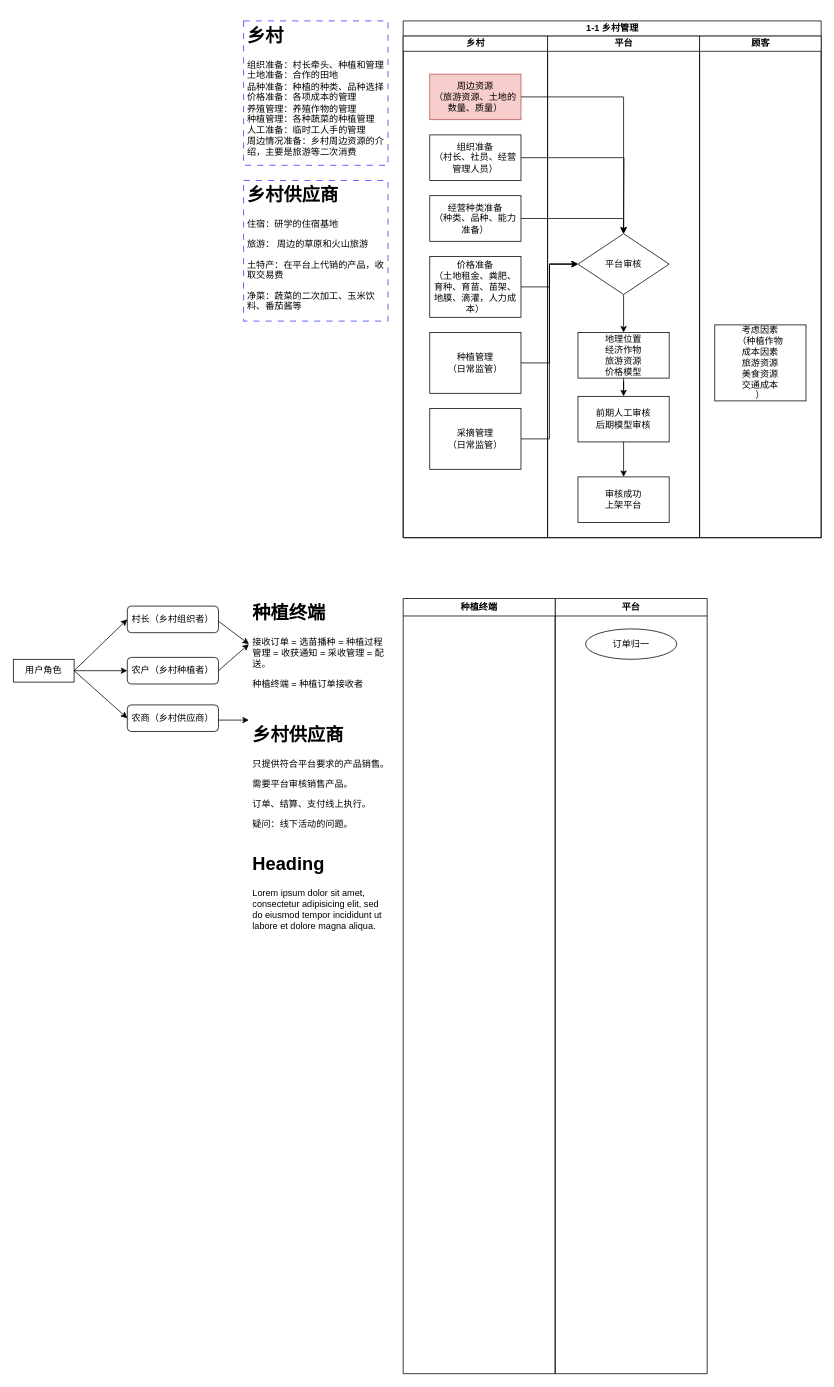
This is page "1-1 乡村准备" (2 of 6) of Graph/1---健康农场---全流程.drawio from ManGuo/HealthFarm, a draw.io file, before an edit. Source tidied: cells renumbered, new cells numbered last; positions are measured from the earlier drawing's top-left corner, leaving out a move shared by most shapes. Both pictures are drawn from the tidied source at 76%, with x=0, y=0 at pixel (13, 21).
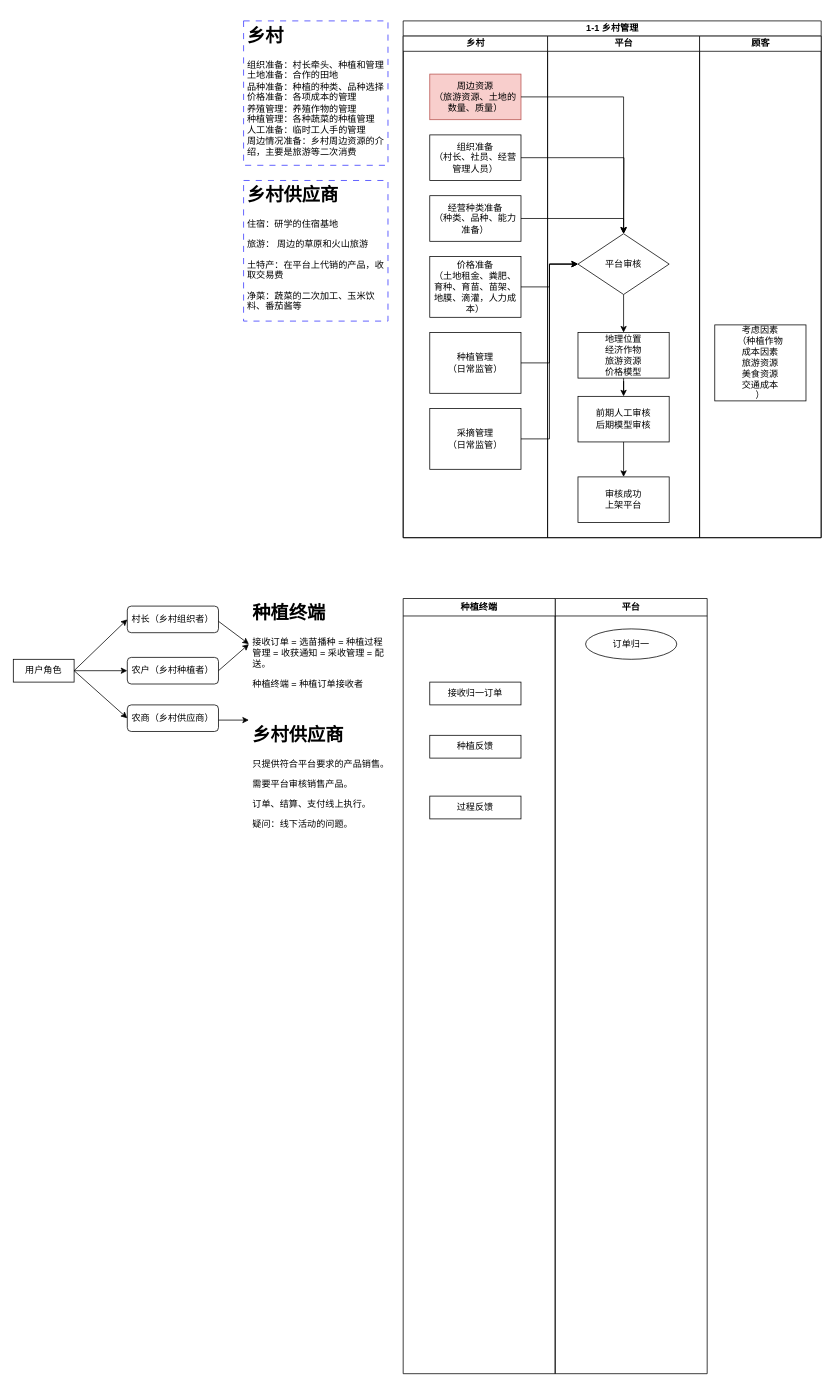
The same page after the edit.

Commit message:
更新1---健康农场---全流程.drawio

The change refers to these unchanged cells:
```xml
<mxCell id="42" value="种植终端" style="swimlane;whiteSpace=wrap;html=1;" parent="1" vertex="1">
  <mxGeometry x="513" y="760" width="200" height="1020" as="geometry" />
</mxCell>
```

Diff of the diagram source:
```diff
@@
-    <mxCell id="43" value="&lt;h1&gt;Heading&lt;/h1&gt;&lt;p&gt;Lorem ipsum dolor sit amet, consectetur adipisicing elit, sed do eiusmod tempor incididunt ut labore et dolore magna aliqua.&lt;/p&gt;" style="text;html=1;strokeColor=none;fillColor=none;spacing=5;spacingTop=-20;whiteSpace=wrap;overflow=hidden;rounded=0;" parent="1" vertex="1">
-      <mxGeometry x="310" y="1090" width="190" height="120" as="geometry" />
-    </mxCell>
+    <mxCell id="44" value="接收归一订单" style="rounded=0;whiteSpace=wrap;html=1;" parent="42" vertex="1">
+      <mxGeometry x="35" y="110" width="120" height="30" as="geometry" />
+    </mxCell>
+    <mxCell id="45" value="种植反馈" style="rounded=0;whiteSpace=wrap;html=1;" parent="42" vertex="1">
+      <mxGeometry x="35" y="180" width="120" height="30" as="geometry" />
+    </mxCell>
+    <mxCell id="46" value="过程反馈" style="rounded=0;whiteSpace=wrap;html=1;" parent="42" vertex="1">
+      <mxGeometry x="35" y="260" width="120" height="30" as="geometry" />
+    </mxCell>
```
